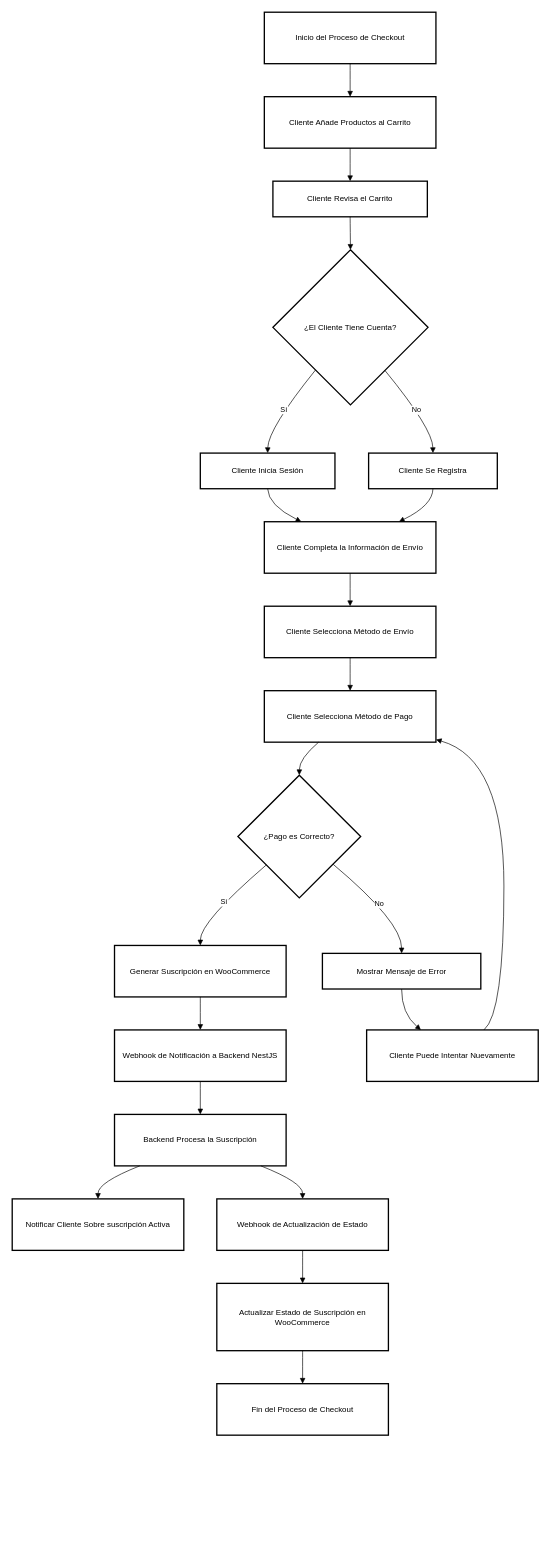
The draw.io diagram CheckoutAcademiaFireMD.drawio in Academia-FireMD/Server, before the edit. Source tidied: cells renumbered, new cells numbered last; positions are measured from the earlier drawing's top-left corner, leaving out a move shared by most shapes. Both pictures are drawn from the tidied source at 66%, with x=0, y=0 at pixel (12, 12).
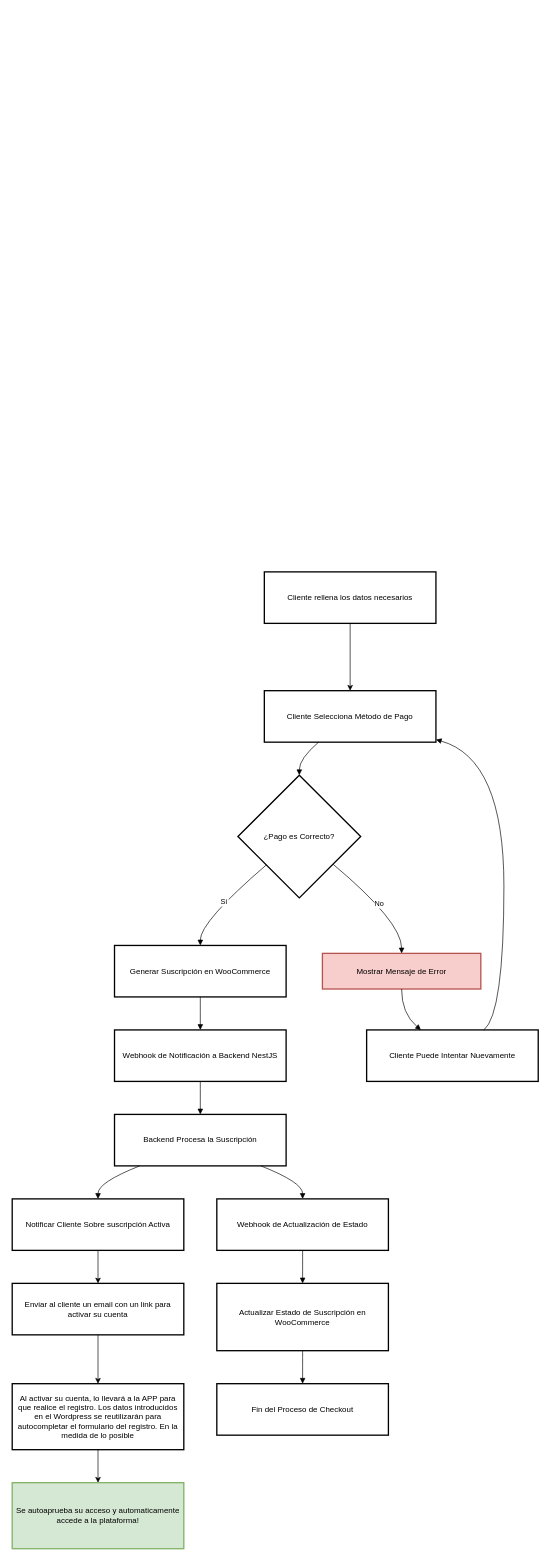
After the change.

Unchanged cells that the change refers to:
```xml
<mxCell id="10" value="Cliente Selecciona Método de Pago" style="whiteSpace=wrap;strokeWidth=2;" parent="1" vertex="1">
  <mxGeometry x="382" y="1028" width="260" height="78" as="geometry" />
</mxCell>
<mxCell id="16" value="Notificar Cliente Sobre suscripción Activa" style="whiteSpace=wrap;strokeWidth=2;" parent="1" vertex="1">
  <mxGeometry y="1798" width="260" height="78" as="geometry" />
</mxCell>
```

Change to the diagram source:
```diff
@@
-    <mxCell id="2" value="Inicio del Proceso de Checkout" style="whiteSpace=wrap;strokeWidth=2;" parent="1" vertex="1">
-      <mxGeometry x="382" width="260" height="78" as="geometry" />
-    </mxCell>
-    <mxCell id="3" value="Cliente Añade Productos al Carrito" style="whiteSpace=wrap;strokeWidth=2;" parent="1" vertex="1">
-      <mxGeometry x="382" y="128" width="260" height="78" as="geometry" />
-    </mxCell>
-    <mxCell id="4" value="Cliente Revisa el Carrito" style="whiteSpace=wrap;strokeWidth=2;" parent="1" vertex="1">
-      <mxGeometry x="395" y="256" width="234" height="54" as="geometry" />
-    </mxCell>
-    <mxCell id="5" value="¿El Cliente Tiene Cuenta?" style="rhombus;strokeWidth=2;whiteSpace=wrap;" parent="1" vertex="1">
-      <mxGeometry x="395" y="360" width="235" height="235" as="geometry" />
-    </mxCell>
-    <mxCell id="6" value="Cliente Inicia Sesión" style="whiteSpace=wrap;strokeWidth=2;" parent="1" vertex="1">
-      <mxGeometry x="285" y="668" width="204" height="54" as="geometry" />
-    </mxCell>
-    <mxCell id="7" value="Cliente Se Registra" style="whiteSpace=wrap;strokeWidth=2;" parent="1" vertex="1">
-      <mxGeometry x="540" y="668" width="195" height="54" as="geometry" />
-    </mxCell>
-    <mxCell id="8" value="Cliente Completa la Información de Envío" style="whiteSpace=wrap;strokeWidth=2;" parent="1" vertex="1">
-      <mxGeometry x="382" y="772" width="260" height="78" as="geometry" />
-    </mxCell>
-    <mxCell id="9" value="Cliente Selecciona Método de Envío" style="whiteSpace=wrap;strokeWidth=2;" parent="1" vertex="1">
-      <mxGeometry x="382" y="900" width="260" height="78" as="geometry" />
-    </mxCell>
@@
-    <mxCell id="13" value="Mostrar Mensaje de Error" style="whiteSpace=wrap;strokeWidth=2;" parent="1" vertex="1">
+    <mxCell id="13" value="Mostrar Mensaje de Error" style="whiteSpace=wrap;strokeWidth=2;fillColor=#f8cecc;strokeColor=#b85450;" parent="1" vertex="1">
       <mxGeometry x="470" y="1426" width="240" height="54" as="geometry" />
     </mxCell>
@@
+    <mxCell id="41" style="edgeStyle=orthogonalEdgeStyle;rounded=0;jettySize=auto;html=1;exitX=0.5;exitY=1;exitDx=0;exitDy=0;entryX=0.5;entryY=0;entryDx=0;entryDy=0;" parent="1" edge="1" source="16" target="45">
+      <mxGeometry relative="1" as="geometry" />
+    </mxCell>
@@
-    <mxCell id="21" style="curved=1;startArrow=none;endArrow=block;exitX=0.5;exitY=1;entryX=0.5;entryY=0;" parent="1" edge="1" source="2" target="3">
-      <mxGeometry relative="1" as="geometry" />
-    </mxCell>
-    <mxCell id="22" style="curved=1;startArrow=none;endArrow=block;exitX=0.5;exitY=1;entryX=0.5;entryY=0;" parent="1" edge="1" source="3" target="4">
-      <mxGeometry relative="1" as="geometry" />
-    </mxCell>
-    <mxCell id="23" style="curved=1;startArrow=none;endArrow=block;exitX=0.5;exitY=1;entryX=0.5;entryY=0;" parent="1" edge="1" source="4" target="5">
-      <mxGeometry relative="1" as="geometry" />
-    </mxCell>
-    <mxCell id="24" value="Sí" style="curved=1;startArrow=none;endArrow=block;exitX=0.09;exitY=1;entryX=0.5;entryY=-0.01;" parent="1" edge="1" source="5" target="6">
-      <mxGeometry relative="1" as="geometry">
-        <Array as="points">
-          <mxPoint x="388" y="631" />
-        </Array>
-      </mxGeometry>
-    </mxCell>
-    <mxCell id="25" value="No" style="curved=1;startArrow=none;endArrow=block;exitX=0.9;exitY=1;entryX=0.5;entryY=-0.01;" parent="1" edge="1" source="5" target="7">
-      <mxGeometry relative="1" as="geometry">
-        <Array as="points">
-          <mxPoint x="637" y="631" />
-        </Array>
-      </mxGeometry>
-    </mxCell>
-    <mxCell id="26" style="curved=1;startArrow=none;endArrow=block;exitX=0.5;exitY=0.99;entryX=0.21;entryY=-0.01;" parent="1" edge="1" source="6" target="8">
-      <mxGeometry relative="1" as="geometry">
-        <Array as="points">
-          <mxPoint x="388" y="747" />
-        </Array>
-      </mxGeometry>
-    </mxCell>
-    <mxCell id="27" style="curved=1;startArrow=none;endArrow=block;exitX=0.5;exitY=0.99;entryX=0.79;entryY=-0.01;" parent="1" edge="1" source="7" target="8">
-      <mxGeometry relative="1" as="geometry">
-        <Array as="points">
-          <mxPoint x="637" y="747" />
-        </Array>
-      </mxGeometry>
-    </mxCell>
-    <mxCell id="28" style="curved=1;startArrow=none;endArrow=block;exitX=0.5;exitY=0.99;entryX=0.5;entryY=-0.01;" parent="1" edge="1" source="8" target="9">
-      <mxGeometry relative="1" as="geometry" />
-    </mxCell>
-    <mxCell id="29" style="curved=1;startArrow=none;endArrow=block;exitX=0.5;exitY=0.99;entryX=0.5;entryY=-0.01;" parent="1" edge="1" source="9" target="10">
-      <mxGeometry relative="1" as="geometry" />
-    </mxCell>
@@
+    <mxCell id="42" style="edgeStyle=orthogonalEdgeStyle;rounded=0;jettySize=auto;html=1;exitX=0.5;exitY=1;exitDx=0;exitDy=0;" parent="1" edge="1" source="43" target="10">
+      <mxGeometry relative="1" as="geometry" />
+    </mxCell>
+    <mxCell id="43" value="Cliente rellena los datos necesarios" style="whiteSpace=wrap;strokeWidth=2;" parent="1" vertex="1">
+      <mxGeometry x="382" y="848" width="260" height="78" as="geometry" />
+    </mxCell>
+    <mxCell id="44" style="edgeStyle=orthogonalEdgeStyle;rounded=0;jettySize=auto;html=1;exitX=0.5;exitY=1;exitDx=0;exitDy=0;entryX=0.5;entryY=0;entryDx=0;entryDy=0;" parent="1" edge="1" source="45" target="47">
+      <mxGeometry relative="1" as="geometry" />
+    </mxCell>
+    <mxCell id="45" value="Enviar al cliente un email con un link para activar su cuenta" style="whiteSpace=wrap;strokeWidth=2;" parent="1" vertex="1">
+      <mxGeometry y="1926" width="260" height="78" as="geometry" />
+    </mxCell>
+    <mxCell id="46" style="edgeStyle=orthogonalEdgeStyle;rounded=0;jettySize=auto;html=1;exitX=0.5;exitY=1;exitDx=0;exitDy=0;entryX=0.5;entryY=0;entryDx=0;entryDy=0;" parent="1" edge="1" source="47" target="48">
+      <mxGeometry relative="1" as="geometry" />
+    </mxCell>
+    <mxCell id="47" value="Al activar su cuenta, lo llevará a la APP para que realice el registro. Los datos introducidos en el Wordpress se reutilizarán para autocompletar el formulario del registro. En la medida de lo posible" style="whiteSpace=wrap;strokeWidth=2;" parent="1" vertex="1">
+      <mxGeometry y="2078" width="260" height="100" as="geometry" />
+    </mxCell>
+    <mxCell id="48" value="Se autoaprueba su acceso y automaticamente accede a la plataforma!" style="whiteSpace=wrap;strokeWidth=2;fillColor=#d5e8d4;strokeColor=#82b366;" parent="1" vertex="1">
+      <mxGeometry y="2228" width="260" height="100" as="geometry" />
+    </mxCell>
```
